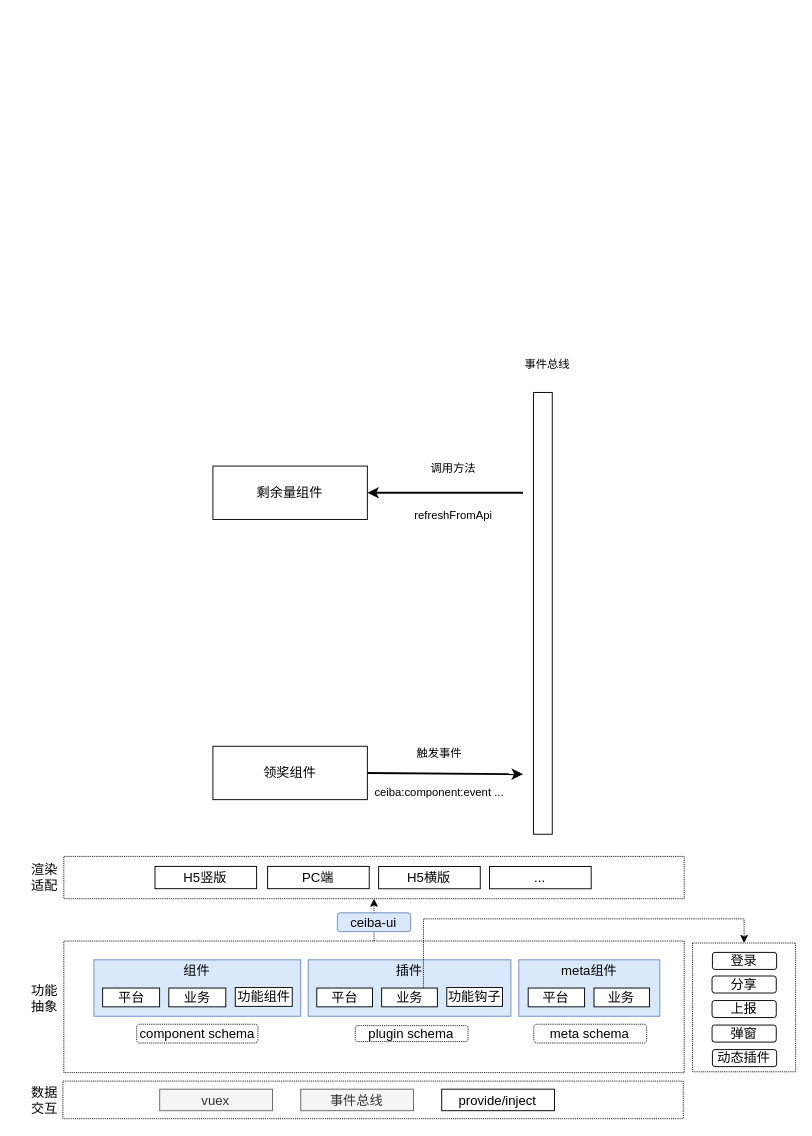
The draw.io diagram fenxiang.drawio in axtrur/resource, before the edit. Source tidied: cells renumbered, new cells numbered last; positions are measured from the earlier drawing's top-left corner, leaving out a move shared by most shapes. Both pictures are drawn from the tidied source at 94%, with x=0, y=0 at pixel (16, 345).
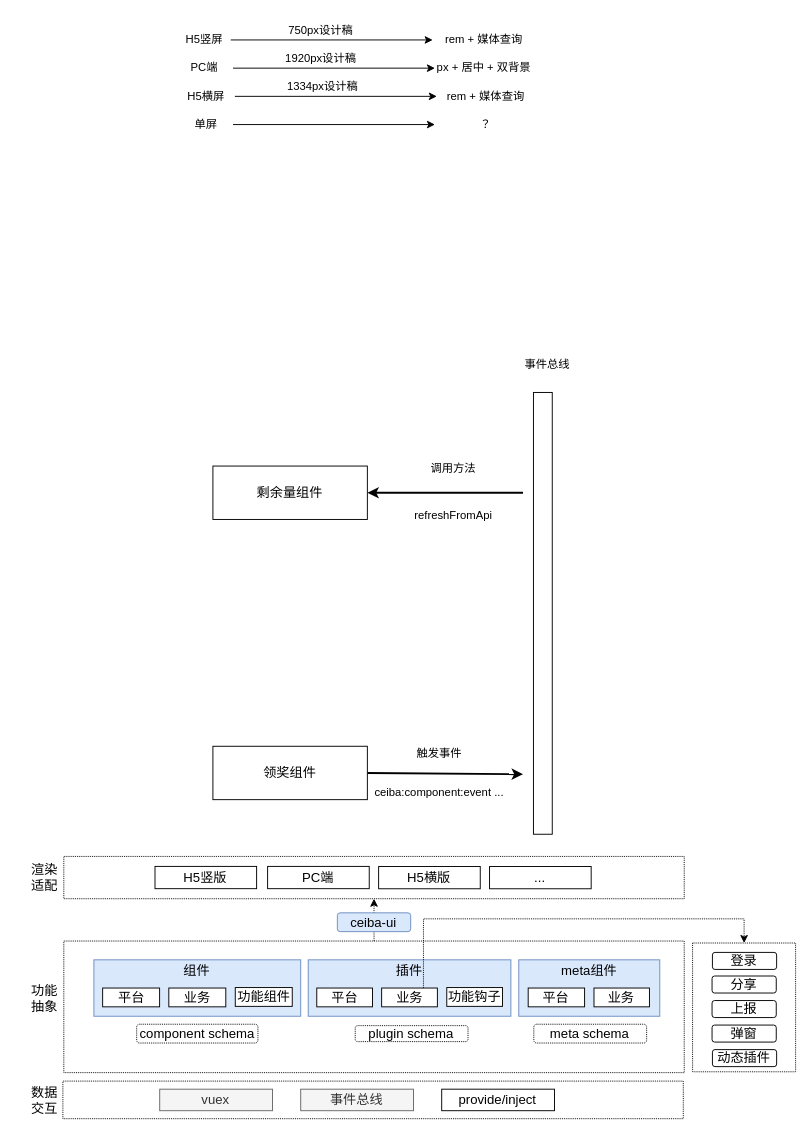
After the change.

The edit, as a diff of the source:
```diff
@@
+    <mxCell id="58" style="edgeStyle=orthogonalEdgeStyle;rounded=0;orthogonalLoop=1;jettySize=auto;html=1;exitX=1;exitY=0.5;exitDx=0;exitDy=0;" parent="1" edge="1">
+      <mxGeometry relative="1" as="geometry">
+        <mxPoint x="228" y="-325" as="sourcePoint" />
+        <mxPoint x="442.8" y="-325" as="targetPoint" />
+      </mxGeometry>
+    </mxCell>
+    <mxCell id="59" value="H5竖屏" style="text;html=1;strokeColor=none;fillColor=none;align=center;verticalAlign=middle;whiteSpace=wrap;rounded=0;" parent="1" vertex="1">
+      <mxGeometry x="170" y="-340" width="60" height="30" as="geometry" />
+    </mxCell>
+    <mxCell id="60" value="750px设计稿" style="text;html=1;strokeColor=none;fillColor=none;align=center;verticalAlign=middle;whiteSpace=wrap;rounded=0;" parent="1" vertex="1">
+      <mxGeometry x="274" y="-350" width="100" height="30" as="geometry" />
+    </mxCell>
+    <mxCell id="61" value="rem + 媒体查询" style="text;html=1;strokeColor=none;fillColor=none;align=center;verticalAlign=middle;whiteSpace=wrap;rounded=0;" parent="1" vertex="1">
+      <mxGeometry x="444.8" y="-340" width="105.2" height="30" as="geometry" />
+    </mxCell>
+    <mxCell id="62" style="edgeStyle=orthogonalEdgeStyle;rounded=0;jettySize=auto;html=1;exitX=1;exitY=0.5;exitDx=0;exitDy=0;" parent="1" edge="1" source="63" target="65">
+      <mxGeometry relative="1" as="geometry" />
+    </mxCell>
+    <mxCell id="63" value="PC端" style="text;html=1;strokeColor=none;fillColor=none;align=center;verticalAlign=middle;whiteSpace=wrap;rounded=0;" parent="1" vertex="1">
+      <mxGeometry x="170.4" y="-310" width="60" height="30" as="geometry" />
+    </mxCell>
+    <mxCell id="64" value="1920px设计稿" style="text;html=1;strokeColor=none;fillColor=none;align=center;verticalAlign=middle;whiteSpace=wrap;rounded=0;" parent="1" vertex="1">
+      <mxGeometry x="274.4" y="-320" width="100" height="30" as="geometry" />
+    </mxCell>
+    <mxCell id="65" value="px + 居中 + 双背景" style="text;html=1;strokeColor=none;fillColor=none;align=center;verticalAlign=middle;whiteSpace=wrap;rounded=0;" parent="1" vertex="1">
+      <mxGeometry x="445.2" y="-310" width="105.2" height="30" as="geometry" />
+    </mxCell>
+    <mxCell id="66" style="edgeStyle=orthogonalEdgeStyle;rounded=0;jettySize=auto;html=1;exitX=1;exitY=0.5;exitDx=0;exitDy=0;" parent="1" edge="1" source="67" target="69">
+      <mxGeometry relative="1" as="geometry" />
+    </mxCell>
+    <mxCell id="67" value="H5横屏" style="text;html=1;strokeColor=none;fillColor=none;align=center;verticalAlign=middle;whiteSpace=wrap;rounded=0;" parent="1" vertex="1">
+      <mxGeometry x="172.4" y="-280" width="60" height="30" as="geometry" />
+    </mxCell>
+    <mxCell id="68" value="1334px设计稿" style="text;html=1;strokeColor=none;fillColor=none;align=center;verticalAlign=middle;whiteSpace=wrap;rounded=0;" parent="1" vertex="1">
+      <mxGeometry x="276.4" y="-290" width="100" height="30" as="geometry" />
+    </mxCell>
+    <mxCell id="69" value="rem + 媒体查询" style="text;html=1;strokeColor=none;fillColor=none;align=center;verticalAlign=middle;whiteSpace=wrap;rounded=0;" parent="1" vertex="1">
+      <mxGeometry x="447.2" y="-280" width="105.2" height="30" as="geometry" />
+    </mxCell>
+    <mxCell id="70" style="edgeStyle=orthogonalEdgeStyle;rounded=0;orthogonalLoop=1;jettySize=auto;html=1;exitX=1;exitY=0.5;exitDx=0;exitDy=0;" parent="1" edge="1">
+      <mxGeometry relative="1" as="geometry">
+        <mxPoint x="230.4" y="-235" as="sourcePoint" />
+        <mxPoint x="445.2" y="-235" as="targetPoint" />
+      </mxGeometry>
+    </mxCell>
+    <mxCell id="71" value="单屏" style="text;html=1;strokeColor=none;fillColor=none;align=center;verticalAlign=middle;whiteSpace=wrap;rounded=0;" parent="1" vertex="1">
+      <mxGeometry x="172.4" y="-250" width="60" height="30" as="geometry" />
+    </mxCell>
+    <mxCell id="72" value="？" style="text;html=1;strokeColor=none;fillColor=none;align=center;verticalAlign=middle;whiteSpace=wrap;rounded=0;" parent="1" vertex="1">
+      <mxGeometry x="447.2" y="-250" width="105.2" height="30" as="geometry" />
+    </mxCell>
```
